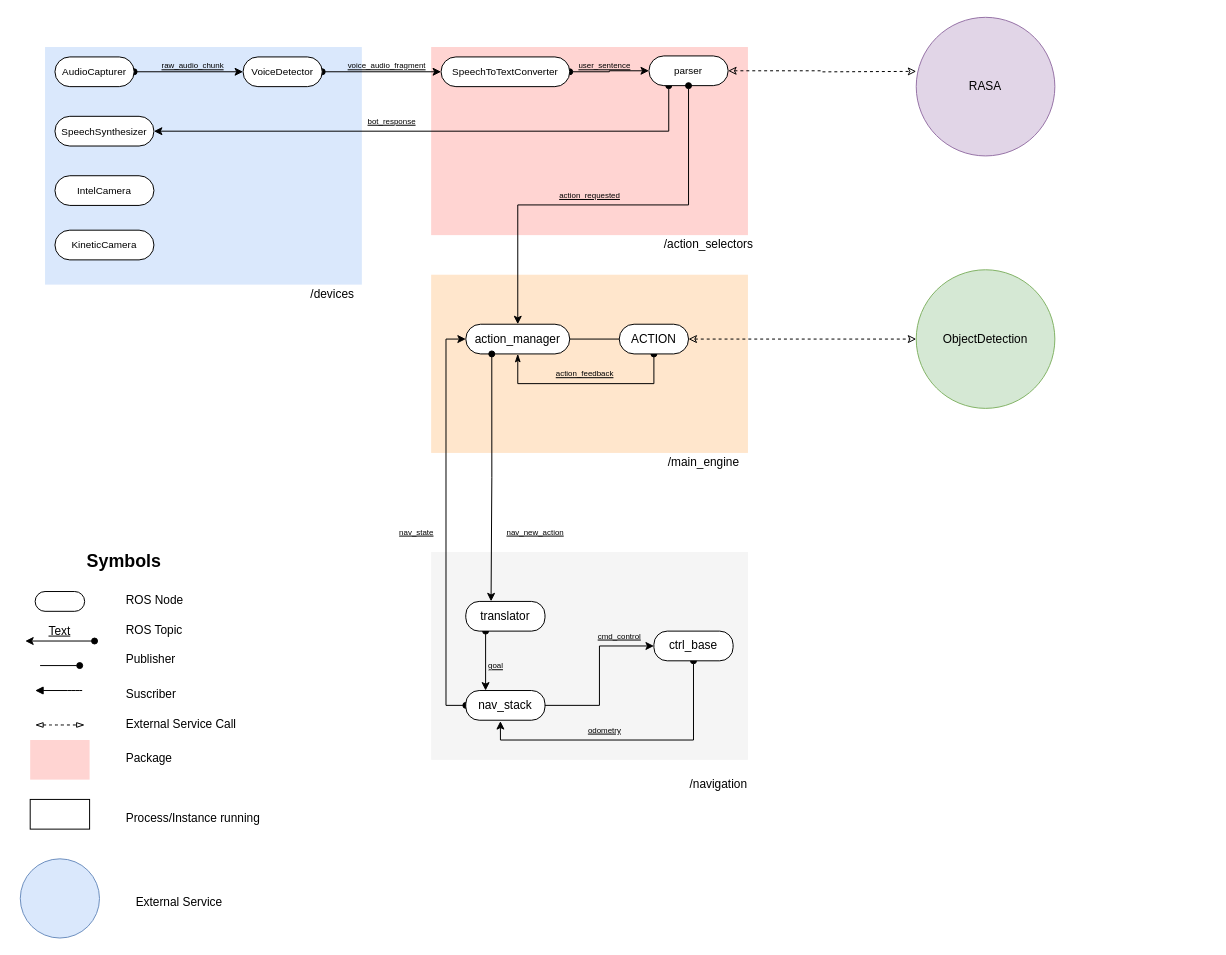
Earlier version of the draw.io diagram Untitled Diagram.drawio (RoBorregos/robocup-home). Source tidied: cells renumbered, new cells numbered last; positions are measured from the earlier drawing's top-left corner, leaving out a move shared by most shapes. Both pictures are drawn from the tidied source at 99%, with x=0, y=0 at pixel (20, 17).
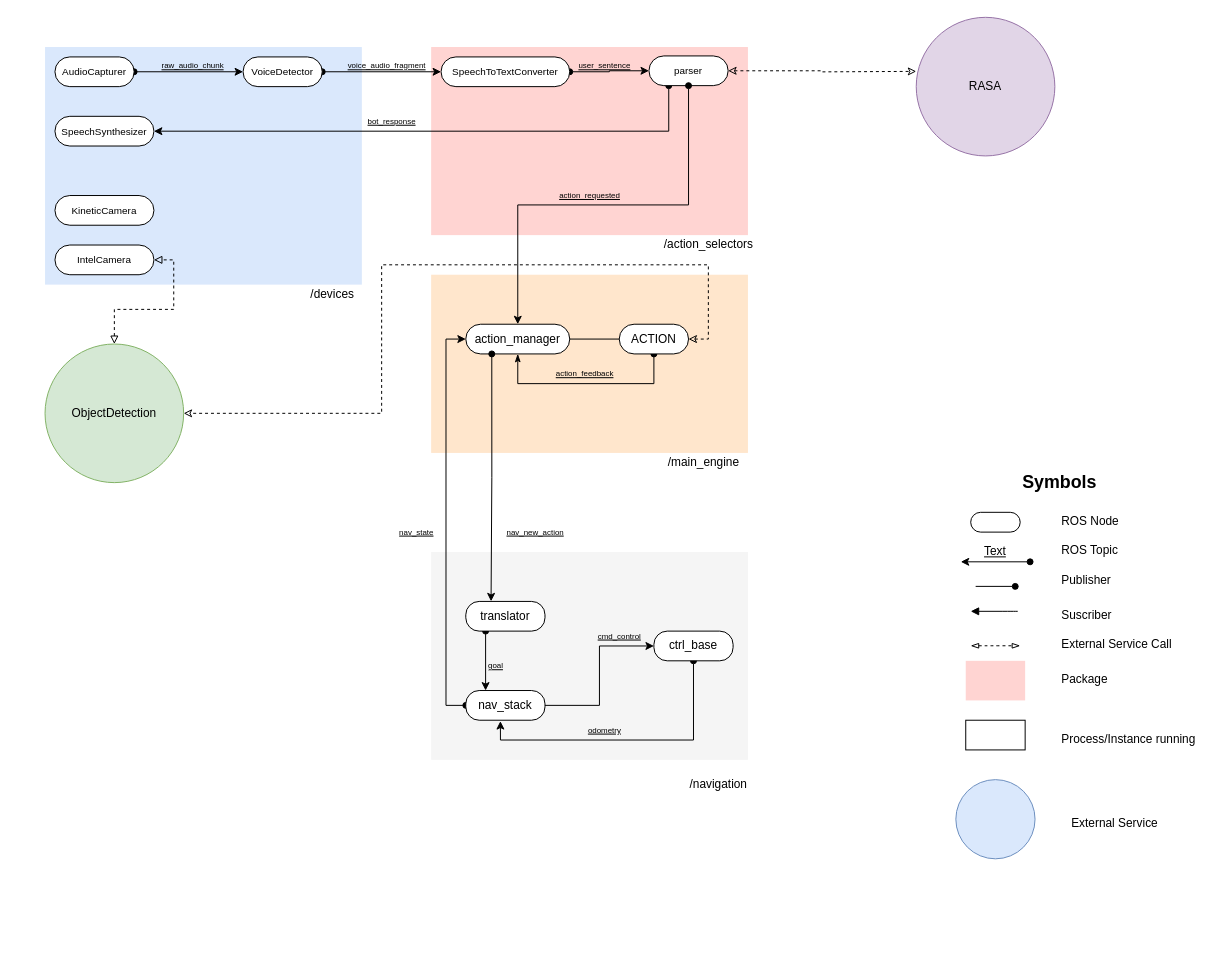
The same diagram, later.

The change refers to these unchanged cells:
```xml
<mxCell id="44" value="ACTION" style="rounded=1;whiteSpace=wrap;html=1;arcSize=50;" parent="1" vertex="1">
  <mxGeometry x="605" y="310" width="70" height="30" as="geometry" />
</mxCell>
```

The edit, as a diff of the source:
```diff
@@
     <mxCell id="2" value="&lt;h2&gt;Symbols&lt;/h2&gt;" style="text;html=1;strokeColor=none;fillColor=none;align=center;verticalAlign=middle;whiteSpace=wrap;rounded=0;" parent="1" vertex="1">
-      <mxGeometry x="85" y="540" width="40" height="20" as="geometry" />
+      <mxGeometry x="1030" y="460" width="40" height="20" as="geometry" />
     </mxCell>
     <mxCell id="3" style="rounded=1;whiteSpace=wrap;html=1;arcSize=50;" parent="1" vertex="1">
-      <mxGeometry x="15" y="580" width="50" height="20" as="geometry" />
+      <mxGeometry x="960" y="500" width="50" height="20" as="geometry" />
     </mxCell>
     <mxCell id="4" value="ROS Node" style="text;html=1;" parent="1" vertex="1">
-      <mxGeometry x="105" y="575" width="80" height="30" as="geometry" />
+      <mxGeometry x="1050" y="495" width="80" height="30" as="geometry" />
     </mxCell>
     <mxCell id="5" value="&lt;u&gt;Text&lt;/u&gt;" style="text;html=1;strokeColor=none;fillColor=none;align=center;verticalAlign=middle;whiteSpace=wrap;rounded=0;" parent="1" vertex="1">
-      <mxGeometry x="20" y="610" width="40" height="20" as="geometry" />
+      <mxGeometry x="965" y="530" width="40" height="20" as="geometry" />
     </mxCell>
     <mxCell id="6" value="ROS Topic" style="text;html=1;" parent="1" vertex="1">
-      <mxGeometry x="105" y="605" width="80" height="30" as="geometry" />
+      <mxGeometry x="1050" y="525" width="80" height="30" as="geometry" />
     </mxCell>
     <mxCell id="7" style="endArrow=oval;startArrow=classic;html=1;endFill=1;" parent="1" edge="1">
       <mxGeometry relative="1" as="geometry">
-        <mxPoint x="5" y="630" as="sourcePoint" />
-        <mxPoint x="75" y="630" as="targetPoint" />
+        <mxPoint x="950" y="550" as="sourcePoint" />
+        <mxPoint x="1020" y="550" as="targetPoint" />
       </mxGeometry>
     </mxCell>
     <mxCell id="8" style="endArrow=oval;html=1;strokeColor=#000000;endFill=1;" parent="1" edge="1">
       <mxGeometry relative="1" as="geometry">
-        <mxPoint x="20" y="654.8" as="sourcePoint" />
-        <mxPoint x="60" y="654.8" as="targetPoint" />
+        <mxPoint x="965" y="574.8" as="sourcePoint" />
+        <mxPoint x="1005" y="574.8" as="targetPoint" />
       </mxGeometry>
     </mxCell>
     <mxCell id="9" value="Publisher" style="text;html=1;" parent="1" vertex="1">
-      <mxGeometry x="105" y="635" width="80" height="30" as="geometry" />
+      <mxGeometry x="1050" y="555" width="80" height="30" as="geometry" />
     </mxCell>
     <mxCell id="10" style="endArrow=block;html=1;strokeColor=#000000;endFill=1;" parent="1" edge="1">
       <mxGeometry relative="1" as="geometry">
-        <mxPoint x="62.5" y="680" as="sourcePoint" />
-        <mxPoint x="15" y="680" as="targetPoint" />
+        <mxPoint x="1007.5" y="600" as="sourcePoint" />
+        <mxPoint x="960" y="600" as="targetPoint" />
         <Array as="points">
-          <mxPoint x="57.5" y="680" />
+          <mxPoint x="1002.5" y="600" />
         </Array>
       </mxGeometry>
     </mxCell>
     <mxCell id="11" value="Suscriber" style="text;html=1;" parent="1" vertex="1">
-      <mxGeometry x="105" y="670" width="80" height="30" as="geometry" />
+      <mxGeometry x="1050" y="590" width="80" height="30" as="geometry" />
     </mxCell>
     <mxCell id="12" style="endArrow=blockThin;startArrow=blockThin;html=1;dashed=1;strokeColor=#000000;endFill=0;startFill=0;" parent="1" edge="1">
       <mxGeometry relative="1" as="geometry">
-        <mxPoint x="15" y="714.8" as="sourcePoint" />
-        <mxPoint x="65" y="714.8" as="targetPoint" />
+        <mxPoint x="960" y="634.8" as="sourcePoint" />
+        <mxPoint x="1010" y="634.8" as="targetPoint" />
         <Array as="points">
-          <mxPoint x="35" y="714.8" />
+          <mxPoint x="980" y="634.8" />
         </Array>
       </mxGeometry>
     </mxCell>
     <mxCell id="13" value="External Service Call" style="text;html=1;" parent="1" vertex="1">
-      <mxGeometry x="105" y="700" width="120" height="30" as="geometry" />
+      <mxGeometry x="1050" y="620" width="120" height="30" as="geometry" />
     </mxCell>
     <mxCell id="14" style="rounded=0;whiteSpace=wrap;html=1;fillColor=#FFD4D2;strokeColor=none;" parent="1" vertex="1">
-      <mxGeometry x="10" y="730" width="60" height="40" as="geometry" />
+      <mxGeometry x="955" y="650" width="60" height="40" as="geometry" />
     </mxCell>
     <mxCell id="15" value="Package" style="text;html=1;" parent="1" vertex="1">
-      <mxGeometry x="105" y="735" width="120" height="30" as="geometry" />
+      <mxGeometry x="1050" y="655" width="120" height="30" as="geometry" />
     </mxCell>
     <mxCell id="16" style="rounded=0;whiteSpace=wrap;html=1;" parent="1" vertex="1">
-      <mxGeometry x="10" y="790" width="60" height="30" as="geometry" />
+      <mxGeometry x="955" y="710" width="60" height="30" as="geometry" />
     </mxCell>
     <mxCell id="17" value="Process/Instance running" style="text;html=1;" parent="1" vertex="1">
-      <mxGeometry x="105" y="795" width="140" height="20" as="geometry" />
+      <mxGeometry x="1050" y="715" width="140" height="20" as="geometry" />
     </mxCell>
@@
     <mxCell id="34" style="ellipse;whiteSpace=wrap;html=1;fillColor=#dae8fc;strokeColor=#6c8ebf;" parent="1" vertex="1">
-      <mxGeometry y="850" width="80" height="80" as="geometry" />
+      <mxGeometry x="945" y="770" width="80" height="80" as="geometry" />
     </mxCell>
     <mxCell id="35" value="External Service" style="text;html=1;" parent="1" vertex="1">
-      <mxGeometry x="115" y="880" width="140" height="20" as="geometry" />
+      <mxGeometry x="1060" y="800" width="140" height="20" as="geometry" />
     </mxCell>
@@
-    <mxCell id="43" style="edgeStyle=orthogonalEdgeStyle;rounded=0;jettySize=auto;html=1;exitX=1;exitY=0.5;exitDx=0;exitDy=0;entryX=0;entryY=0.5;entryDx=0;entryDy=0;dashed=1;startArrow=classic;startFill=0;endArrow=classic;endFill=0;entryPerimeter=0;" parent="1" edge="1" source="44" target="45">
-      <mxGeometry relative="1" as="geometry" />
+    <mxCell id="43" style="edgeStyle=orthogonalEdgeStyle;rounded=0;jettySize=auto;html=1;exitX=1;exitY=0.5;exitDx=0;exitDy=0;entryX=1;entryY=0.5;entryDx=0;entryDy=0;dashed=1;startArrow=classic;startFill=0;endArrow=classic;endFill=0;" parent="1" edge="1" source="44" target="45">
+      <mxGeometry relative="1" as="geometry">
+        <Array as="points">
+          <mxPoint x="695" y="325" />
+          <mxPoint x="695" y="250" />
+          <mxPoint x="365" y="250" />
+          <mxPoint x="365" y="400" />
+        </Array>
+      </mxGeometry>
     </mxCell>
@@
-    <mxCell id="45" value="ObjectDetection" style="ellipse;whiteSpace=wrap;html=1;fillColor=#d5e8d4;strokeColor=#82b366;" parent="1" vertex="1">
-      <mxGeometry x="905" y="255" width="140" height="140" as="geometry" />
-    </mxCell>
@@
     <mxCell id="50" value="&lt;span style=&quot;font-size: 10px&quot;&gt;IntelCamera&lt;/span&gt;" style="rounded=1;whiteSpace=wrap;html=1;arcSize=50;" parent="1" vertex="1">
-      <mxGeometry x="35" y="160" width="100" height="30" as="geometry" />
+      <mxGeometry x="35" y="230" width="100" height="30" as="geometry" />
     </mxCell>
     <mxCell id="51" value="&lt;span style=&quot;font-size: 10px&quot;&gt;KineticCamera&lt;/span&gt;" style="rounded=1;whiteSpace=wrap;html=1;arcSize=50;" parent="1" vertex="1">
-      <mxGeometry x="35" y="215" width="100" height="30" as="geometry" />
+      <mxGeometry x="35" y="180" width="100" height="30" as="geometry" />
     </mxCell>
@@
+    <mxCell id="67" style="edgeStyle=orthogonalEdgeStyle;rounded=0;jettySize=auto;html=1;exitX=0.5;exitY=0;exitDx=0;exitDy=0;entryX=1;entryY=0.5;entryDx=0;entryDy=0;startArrow=block;startFill=0;dashed=1;endArrow=block;endFill=0;" parent="1" edge="1" source="45" target="50">
+      <mxGeometry relative="1" as="geometry" />
+    </mxCell>
+    <mxCell id="45" value="ObjectDetection" style="ellipse;whiteSpace=wrap;html=1;fillColor=#d5e8d4;strokeColor=#82b366;" parent="1" vertex="1">
+      <mxGeometry x="25" y="330" width="140" height="140" as="geometry" />
+    </mxCell>
```
